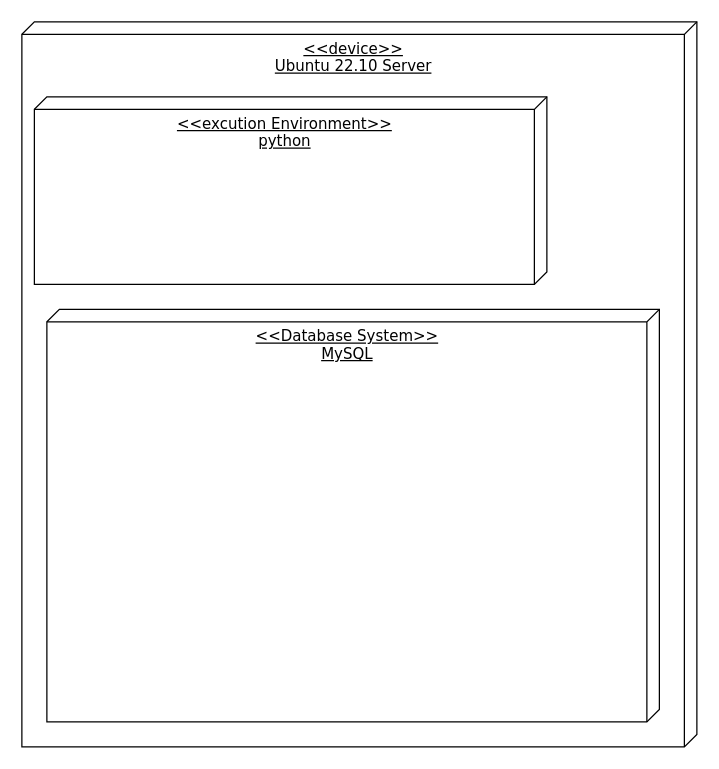
This is aa_deployment_diagram.drawio from ShineSoYoung/TEST, a draw.io file, before an edit. Source tidied: cells renumbered, new cells numbered last; positions are measured from the earlier drawing's top-left corner, leaving out a move shared by most shapes. Both pictures are drawn from the tidied source at 125%, with x=0, y=0 at pixel (21, 21).
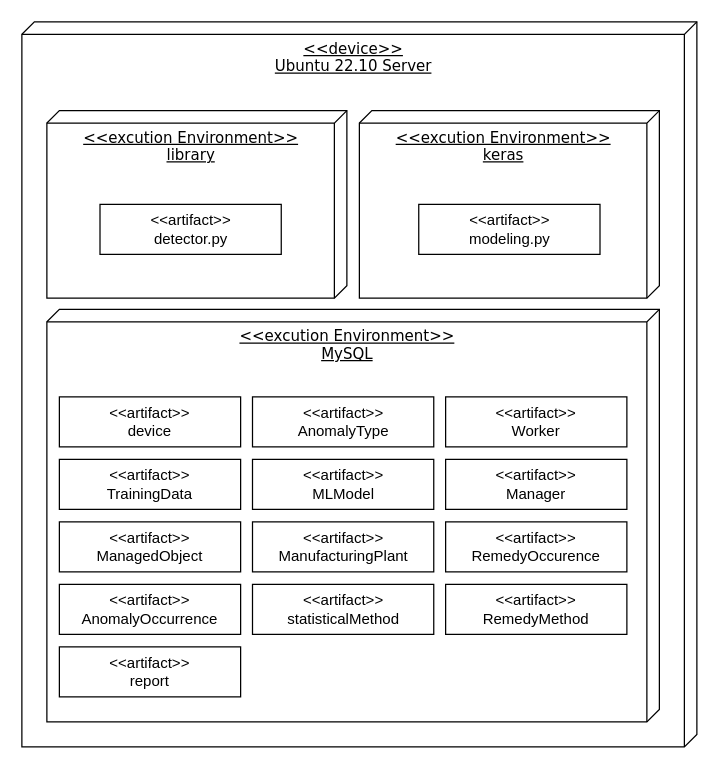
After the change.

Diff of the diagram source:
```diff
@@
-    <mxCell id="3" value="&amp;lt;&amp;lt;excution Environment&amp;gt;&amp;gt;&lt;br&gt;python" style="verticalAlign=top;align=center;spacingTop=8;spacingLeft=2;spacingRight=12;shape=cube;size=10;direction=south;fontStyle=4;html=1;rounded=0;shadow=0;comic=0;labelBackgroundColor=none;strokeWidth=1;fontFamily=Verdana;fontSize=12;" parent="1" vertex="1">
-      <mxGeometry x="10" y="60" width="410" height="150" as="geometry" />
+    <mxCell id="3" value="&amp;lt;&amp;lt;excution Environment&amp;gt;&amp;gt;&lt;br&gt;library" style="verticalAlign=top;align=center;spacingTop=8;spacingLeft=2;spacingRight=12;shape=cube;size=10;direction=south;fontStyle=4;html=1;rounded=0;shadow=0;comic=0;labelBackgroundColor=none;strokeWidth=1;fontFamily=Verdana;fontSize=12;" parent="1" vertex="1">
+      <mxGeometry x="20" y="71" width="240" height="150" as="geometry" />
     </mxCell>
-    <mxCell id="4" value="&amp;lt;&amp;lt;Database System&amp;gt;&amp;gt;&lt;br&gt;MySQL" style="verticalAlign=top;align=center;spacingTop=8;spacingLeft=2;spacingRight=12;shape=cube;size=10;direction=south;fontStyle=4;html=1;rounded=0;shadow=0;comic=0;labelBackgroundColor=none;strokeWidth=1;fontFamily=Verdana;fontSize=12;" parent="1" vertex="1">
+    <mxCell id="4" value="&amp;lt;&amp;lt;excution Environment&amp;gt;&amp;gt;&lt;br&gt;MySQL" style="verticalAlign=top;align=center;spacingTop=8;spacingLeft=2;spacingRight=12;shape=cube;size=10;direction=south;fontStyle=4;html=1;rounded=0;shadow=0;comic=0;labelBackgroundColor=none;strokeWidth=1;fontFamily=Verdana;fontSize=12;" parent="1" vertex="1">
       <mxGeometry x="20" y="230" width="490" height="330" as="geometry" />
     </mxCell>
+    <mxCell id="5" value="&amp;lt;&amp;lt;artifact&amp;gt;&amp;gt;&lt;br&gt;AnomalyType" style="rounded=0;whiteSpace=wrap;html=1;" parent="1" vertex="1">
+      <mxGeometry x="184.5" y="300" width="145" height="40" as="geometry" />
+    </mxCell>
+    <mxCell id="6" value="&amp;lt;&amp;lt;artifact&amp;gt;&amp;gt;&lt;br&gt;TrainingData" style="rounded=0;whiteSpace=wrap;html=1;" parent="1" vertex="1">
+      <mxGeometry x="30" y="350" width="145" height="40" as="geometry" />
+    </mxCell>
+    <mxCell id="7" value="&amp;lt;&amp;lt;artifact&amp;gt;&amp;gt;&lt;br&gt;device" style="rounded=0;whiteSpace=wrap;html=1;" parent="1" vertex="1">
+      <mxGeometry x="30" y="300" width="145" height="40" as="geometry" />
+    </mxCell>
+    <mxCell id="8" value="&amp;lt;&amp;lt;artifact&amp;gt;&amp;gt;&lt;br&gt;MLModel" style="rounded=0;whiteSpace=wrap;html=1;" parent="1" vertex="1">
+      <mxGeometry x="184.5" y="350" width="145" height="40" as="geometry" />
+    </mxCell>
+    <mxCell id="9" value="&amp;lt;&amp;lt;artifact&amp;gt;&amp;gt;&lt;br&gt;ManagedObject" style="rounded=0;whiteSpace=wrap;html=1;" parent="1" vertex="1">
+      <mxGeometry x="30" y="400" width="145" height="40" as="geometry" />
+    </mxCell>
+    <mxCell id="10" value="&amp;lt;&amp;lt;artifact&amp;gt;&amp;gt;&lt;br&gt;ManufacturingPlant" style="rounded=0;whiteSpace=wrap;html=1;" parent="1" vertex="1">
+      <mxGeometry x="184.5" y="400" width="145" height="40" as="geometry" />
+    </mxCell>
+    <mxCell id="11" value="&amp;lt;&amp;lt;artifact&amp;gt;&amp;gt;&lt;br&gt;AnomalyOccurrence" style="rounded=0;whiteSpace=wrap;html=1;" parent="1" vertex="1">
+      <mxGeometry x="30" y="450" width="145" height="40" as="geometry" />
+    </mxCell>
+    <mxCell id="12" value="&amp;lt;&amp;lt;artifact&amp;gt;&amp;gt;&lt;br&gt;statisticalMethod" style="rounded=0;whiteSpace=wrap;html=1;" parent="1" vertex="1">
+      <mxGeometry x="184.5" y="450" width="145" height="40" as="geometry" />
+    </mxCell>
+    <mxCell id="13" value="&amp;lt;&amp;lt;artifact&amp;gt;&amp;gt;&lt;br&gt;report" style="rounded=0;whiteSpace=wrap;html=1;" parent="1" vertex="1">
+      <mxGeometry x="30" y="500" width="145" height="40" as="geometry" />
+    </mxCell>
+    <mxCell id="14" value="&amp;lt;&amp;lt;artifact&amp;gt;&amp;gt;&lt;br&gt;Manager" style="rounded=0;whiteSpace=wrap;html=1;" parent="1" vertex="1">
+      <mxGeometry x="339" y="350" width="145" height="40" as="geometry" />
+    </mxCell>
+    <mxCell id="15" value="&amp;lt;&amp;lt;artifact&amp;gt;&amp;gt;&lt;br&gt;Worker" style="rounded=0;whiteSpace=wrap;html=1;" parent="1" vertex="1">
+      <mxGeometry x="339" y="300" width="145" height="40" as="geometry" />
+    </mxCell>
+    <mxCell id="16" value="&amp;lt;&amp;lt;artifact&amp;gt;&amp;gt;&lt;br&gt;RemedyMethod" style="rounded=0;whiteSpace=wrap;html=1;" parent="1" vertex="1">
+      <mxGeometry x="339" y="450" width="145" height="40" as="geometry" />
+    </mxCell>
+    <mxCell id="17" value="&amp;lt;&amp;lt;artifact&amp;gt;&amp;gt;&lt;br&gt;RemedyOccurence" style="rounded=0;whiteSpace=wrap;html=1;" parent="1" vertex="1">
+      <mxGeometry x="339" y="400" width="145" height="40" as="geometry" />
+    </mxCell>
+    <mxCell id="18" value="&amp;lt;&amp;lt;artifact&amp;gt;&amp;gt;&lt;br style=&quot;border-color: var(--border-color);&quot;&gt;detector.py" style="rounded=0;whiteSpace=wrap;html=1;" parent="1" vertex="1">
+      <mxGeometry x="62.5" y="146" width="145" height="40" as="geometry" />
+    </mxCell>
+    <mxCell id="19" value="&amp;lt;&amp;lt;excution Environment&amp;gt;&amp;gt;&lt;br&gt;keras" style="verticalAlign=top;align=center;spacingTop=8;spacingLeft=2;spacingRight=12;shape=cube;size=10;direction=south;fontStyle=4;html=1;rounded=0;shadow=0;comic=0;labelBackgroundColor=none;strokeWidth=1;fontFamily=Verdana;fontSize=12;" parent="1" vertex="1">
+      <mxGeometry x="270" y="71" width="240" height="150" as="geometry" />
+    </mxCell>
+    <mxCell id="20" value="&amp;lt;&amp;lt;artifact&amp;gt;&amp;gt;&lt;br style=&quot;border-color: var(--border-color);&quot;&gt;modeling.py" style="rounded=0;whiteSpace=wrap;html=1;" parent="1" vertex="1">
+      <mxGeometry x="317.5" y="146" width="145" height="40" as="geometry" />
+    </mxCell>
```
